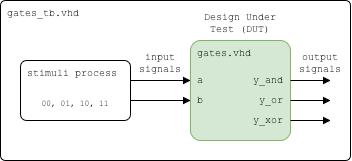
Earlier version of the draw.io export lab1-gates/images/testbench.png (j-sikula/vhdl-course). Source tidied: cells renumbered, new cells last; positions are measured from the earlier drawing's top-left corner, leaving out a move shared by most shapes. Source of this version:
```xml
<mxGraphModel>
  <root>
    <mxCell id="0" />
    <mxCell id="1" parent="0" />
    <mxCell id="2" value="gates_tb.vhd" style="rounded=1;arcSize=3;whiteSpace=wrap;html=1;align=left;verticalAlign=top;fontFamily=Courier New;absoluteArcSize=0;fillColor=none;fontSize=10;spacingLeft=5;imageHeight=24;" parent="1" vertex="1">
      <mxGeometry width="350" height="160" as="geometry" />
    </mxCell>
    <mxCell id="3" value="gates.vhd" style="rounded=1;arcSize=10;align=left;verticalAlign=top;fontFamily=Courier New;absoluteArcSize=0;fillColor=#d5e8d4;fixDash=0;fontSize=10;spacingLeft=5;labelBorderColor=none;spacingTop=0;spacing=2;labelBackgroundColor=none;whiteSpace=wrap;html=1;strokeWidth=1;shadow=0;glass=0;strokeColor=#82b366;" parent="1" vertex="1">
      <mxGeometry x="190" y="40" width="100" height="100" as="geometry" />
    </mxCell>
    <mxCell id="4" value="b" style="text;html=1;align=left;verticalAlign=middle;whiteSpace=wrap;rounded=0;fontFamily=Courier New;fontSize=10;fillOpacity=100;spacingLeft=5;" parent="1" vertex="1">
      <mxGeometry x="190" y="90" width="20" height="20" as="geometry" />
    </mxCell>
    <mxCell id="5" value="a" style="text;html=1;align=left;verticalAlign=middle;whiteSpace=wrap;rounded=0;fontFamily=Courier New;fontSize=10;fillOpacity=100;spacing=2;spacingLeft=5;" parent="1" vertex="1">
      <mxGeometry x="190" y="70" width="20" height="20" as="geometry" />
    </mxCell>
    <mxCell id="6" value="y_and" style="text;html=1;align=right;verticalAlign=middle;whiteSpace=wrap;rounded=0;fontFamily=Courier New;fontSize=10;fillOpacity=100;spacing=2;spacingRight=5;" parent="1" vertex="1">
      <mxGeometry x="230" y="70" width="60" height="20" as="geometry" />
    </mxCell>
    <mxCell id="7" style="endArrow=block;html=1;rounded=0;endFill=1;endSize=5;startSize=5;" parent="1" edge="1">
      <mxGeometry relative="1" as="geometry">
        <mxPoint x="130" y="80" as="sourcePoint" />
        <mxPoint x="190" y="80" as="targetPoint" />
      </mxGeometry>
    </mxCell>
    <mxCell id="8" style="endArrow=block;html=1;rounded=0;endFill=1;endSize=5;startSize=5;" parent="1" edge="1">
      <mxGeometry relative="1" as="geometry">
        <mxPoint x="130" y="100" as="sourcePoint" />
        <mxPoint x="190" y="100" as="targetPoint" />
      </mxGeometry>
    </mxCell>
    <mxCell id="9" style="endArrow=block;html=1;rounded=0;endFill=1;orthogonal=1;endSize=5;startSize=5;" parent="1" edge="1">
      <mxGeometry relative="1" as="geometry">
        <mxPoint x="290" y="100" as="sourcePoint" />
        <mxPoint x="330" y="100" as="targetPoint" />
      </mxGeometry>
    </mxCell>
    <mxCell id="10" style="endArrow=block;html=1;rounded=0;endFill=1;orthogonal=1;endSize=5;startSize=5;" parent="1" edge="1">
      <mxGeometry relative="1" as="geometry">
        <mxPoint x="290" y="80" as="sourcePoint" />
        <mxPoint x="330" y="80" as="targetPoint" />
      </mxGeometry>
    </mxCell>
    <mxCell id="11" value="y_or" style="text;html=1;align=right;verticalAlign=middle;whiteSpace=wrap;rounded=0;fontFamily=Courier New;fontSize=10;fillOpacity=100;spacing=2;spacingRight=5;" parent="1" vertex="1">
      <mxGeometry x="230" y="90" width="60" height="20" as="geometry" />
    </mxCell>
    <mxCell id="12" value="y_xor" style="text;html=1;align=right;verticalAlign=middle;whiteSpace=wrap;rounded=0;fontFamily=Courier New;fontSize=10;fillOpacity=100;spacing=2;spacingRight=5;" parent="1" vertex="1">
      <mxGeometry x="230" y="110" width="60" height="20" as="geometry" />
    </mxCell>
    <mxCell id="13" value="stimuli process" style="rounded=1;arcSize=10;align=left;verticalAlign=top;fontFamily=Courier New;absoluteArcSize=0;fixDash=0;fontSize=10;spacingLeft=5;labelBorderColor=none;spacingTop=0;spacing=2;labelBackgroundColor=none;whiteSpace=wrap;html=1;strokeWidth=1;shadow=0;glass=0;fillColor=none;" parent="1" vertex="1">
      <mxGeometry x="20" y="60" width="110" height="60" as="geometry" />
    </mxCell>
    <mxCell id="14" value="input signals" style="text;html=1;align=center;verticalAlign=middle;whiteSpace=wrap;rounded=0;fontFamily=Courier New;fontSize=10;fillOpacity=100;spacing=2;spacingLeft=0;" parent="1" vertex="1">
      <mxGeometry x="130" y="50" width="60" height="25" as="geometry" />
    </mxCell>
    <mxCell id="15" value="output signals" style="text;html=1;align=center;verticalAlign=middle;whiteSpace=wrap;rounded=0;fontFamily=Courier New;fontSize=10;fillOpacity=100;spacing=2;spacingLeft=0;" parent="1" vertex="1">
      <mxGeometry x="290" y="50" width="60" height="25" as="geometry" />
    </mxCell>
    <mxCell id="16" value="Design Under Test (DUT)" style="text;html=1;align=center;verticalAlign=middle;whiteSpace=wrap;rounded=0;fontFamily=Courier New;fontSize=10;fillOpacity=100;spacing=2;spacingLeft=0;" parent="1" vertex="1">
      <mxGeometry x="190" y="10" width="100" height="25" as="geometry" />
    </mxCell>
    <mxCell id="17" style="endArrow=block;html=1;rounded=0;endFill=1;orthogonal=1;endSize=5;startSize=5;" parent="1" edge="1">
      <mxGeometry relative="1" as="geometry">
        <mxPoint x="290" y="120" as="sourcePoint" />
        <mxPoint x="330" y="120" as="targetPoint" />
      </mxGeometry>
    </mxCell>
    <mxCell id="18" value="&lt;font style=&quot;font-size: 8px;&quot;&gt;00, 01, 10, 11&lt;/font&gt;" style="text;html=1;align=center;verticalAlign=middle;whiteSpace=wrap;rounded=0;fontFamily=Courier New;fontSize=10;fillOpacity=100;spacing=2;spacingLeft=0;" parent="1" vertex="1">
      <mxGeometry x="30" y="90" width="90" height="25" as="geometry" />
    </mxCell>
  </root>
</mxGraphModel>
```
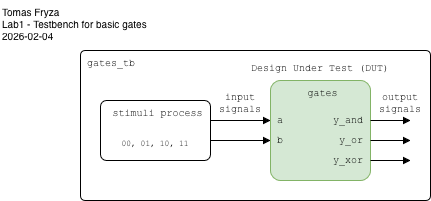
Later version of the same file.

What changed in the source:
```diff
@@ -2,10 +2,10 @@
   <root>
     <mxCell id="0" />
     <mxCell id="1" parent="0" />
-    <mxCell id="2" value="gates_tb.vhd" style="rounded=1;arcSize=3;whiteSpace=wrap;html=1;align=left;verticalAlign=top;fontFamily=Courier New;absoluteArcSize=0;fillColor=none;fontSize=10;spacingLeft=5;imageHeight=24;" parent="1" vertex="1">
-      <mxGeometry width="350" height="160" as="geometry" />
+    <mxCell id="2" value="gates_tb" style="rounded=1;arcSize=3;whiteSpace=wrap;html=1;align=left;verticalAlign=top;fontFamily=Courier New;absoluteArcSize=0;fillColor=none;fontSize=10;spacingLeft=5;imageHeight=24;" parent="1" vertex="1">
+      <mxGeometry y="10" width="350" height="150" as="geometry" />
     </mxCell>
-    <mxCell id="3" value="gates.vhd" style="rounded=1;arcSize=10;align=left;verticalAlign=top;fontFamily=Courier New;absoluteArcSize=0;fillColor=#d5e8d4;fixDash=0;fontSize=10;spacingLeft=5;labelBorderColor=none;spacingTop=0;spacing=2;labelBackgroundColor=none;whiteSpace=wrap;html=1;strokeWidth=1;shadow=0;glass=0;strokeColor=#82b366;" parent="1" vertex="1">
+    <mxCell id="3" value="gates" style="rounded=1;arcSize=10;align=center;verticalAlign=top;fontFamily=Courier New;absoluteArcSize=0;fillColor=#d5e8d4;fixDash=0;fontSize=10;spacingLeft=5;labelBorderColor=none;spacingTop=0;spacing=2;labelBackgroundColor=none;whiteSpace=wrap;html=1;strokeWidth=1;shadow=0;glass=0;strokeColor=#82b366;" parent="1" vertex="1">
       <mxGeometry x="190" y="40" width="100" height="100" as="geometry" />
     </mxCell>
     <mxCell id="4" value="b" style="text;html=1;align=left;verticalAlign=middle;whiteSpace=wrap;rounded=0;fontFamily=Courier New;fontSize=10;fillOpacity=100;spacingLeft=5;" parent="1" vertex="1">
@@ -47,7 +47,7 @@
     <mxCell id="12" value="y_xor" style="text;html=1;align=right;verticalAlign=middle;whiteSpace=wrap;rounded=0;fontFamily=Courier New;fontSize=10;fillOpacity=100;spacing=2;spacingRight=5;" parent="1" vertex="1">
       <mxGeometry x="230" y="110" width="60" height="20" as="geometry" />
     </mxCell>
-    <mxCell id="13" value="stimuli process" style="rounded=1;arcSize=10;align=left;verticalAlign=top;fontFamily=Courier New;absoluteArcSize=0;fixDash=0;fontSize=10;spacingLeft=5;labelBorderColor=none;spacingTop=0;spacing=2;labelBackgroundColor=none;whiteSpace=wrap;html=1;strokeWidth=1;shadow=0;glass=0;fillColor=none;" parent="1" vertex="1">
+    <mxCell id="13" value="stimuli process" style="rounded=1;arcSize=10;align=center;verticalAlign=top;fontFamily=Courier New;absoluteArcSize=0;fixDash=0;fontSize=10;spacingLeft=5;labelBorderColor=none;spacingTop=0;spacing=2;labelBackgroundColor=none;whiteSpace=wrap;html=1;strokeWidth=1;shadow=0;glass=0;fillColor=none;" parent="1" vertex="1">
       <mxGeometry x="20" y="60" width="110" height="60" as="geometry" />
     </mxCell>
     <mxCell id="14" value="input signals" style="text;html=1;align=center;verticalAlign=middle;whiteSpace=wrap;rounded=0;fontFamily=Courier New;fontSize=10;fillOpacity=100;spacing=2;spacingLeft=0;" parent="1" vertex="1">
@@ -57,7 +57,7 @@
       <mxGeometry x="290" y="50" width="60" height="25" as="geometry" />
     </mxCell>
     <mxCell id="16" value="Design Under Test (DUT)" style="text;html=1;align=center;verticalAlign=middle;whiteSpace=wrap;rounded=0;fontFamily=Courier New;fontSize=10;fillOpacity=100;spacing=2;spacingLeft=0;" parent="1" vertex="1">
-      <mxGeometry x="190" y="10" width="100" height="25" as="geometry" />
+      <mxGeometry x="150" y="15" width="180" height="25" as="geometry" />
     </mxCell>
     <mxCell id="17" style="endArrow=block;html=1;rounded=0;endFill=1;orthogonal=1;endSize=5;startSize=5;" parent="1" edge="1">
       <mxGeometry relative="1" as="geometry">
@@ -68,5 +68,8 @@
     <mxCell id="18" value="&lt;font style=&quot;font-size: 8px;&quot;&gt;00, 01, 10, 11&lt;/font&gt;" style="text;html=1;align=center;verticalAlign=middle;whiteSpace=wrap;rounded=0;fontFamily=Courier New;fontSize=10;fillOpacity=100;spacing=2;spacingLeft=0;" parent="1" vertex="1">
       <mxGeometry x="30" y="90" width="90" height="25" as="geometry" />
     </mxCell>
+    <mxCell id="19" value="&lt;div&gt;Tomas Fryza&lt;/div&gt;&lt;div&gt;Lab1 - Testbench for basic gates&lt;/div&gt;&lt;div&gt;2026-02-04&lt;/div&gt;" style="text;html=1;align=left;verticalAlign=top;whiteSpace=wrap;rounded=0;fontFamily=Helvetica;fontSize=10;fillOpacity=100;spacing=2;spacingLeft=0;" parent="1" vertex="1">
+      <mxGeometry x="-80" y="-40" width="170" height="50" as="geometry" />
+    </mxCell>
   </root>
 </mxGraphModel>
```
